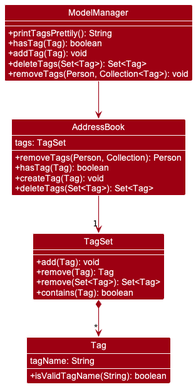
Before: docs/images/TagClassDiagram.png, a diagram exported from PlantUML (nus-cs2103-AY2223S1/tp). Its diagram source:
```plantuml
@startuml
!include style.puml
show attributes
show members
skinparam arrowThickness 1.1
skinparam arrowColor MODEL_COLOR
skinparam classAttributeIconSize 0
skinparam classBackgroundColor MODEL_COLOR

Class ModelManager {
    +printTagsPrettily(): String
    +hasTag(Tag): boolean
    +addTag(Tag): void
    +deleteTags(Set<Tag>): Set<Tag>
    +removeTags(Person, Collection<Tag>): void
}

Class AddressBook {
    tags: TagSet

    +removeTags(Person, Collection): Person
    +hasTag(Tag): boolean
    +createTag(Tag): void
    +deleteTags(Set<Tag>): Set<Tag>
}

Class TagSet {
    +add(Tag): void
    +remove(Tag): Tag
    +remove(Set<Tag>): Set<Tag>
    +contains(Tag): boolean
}

Class Tag {
    tagName: String

    +isValidTagName(String): boolean
}

ModelManager -down-> AddressBook
AddressBook -down-> "1" TagSet
TagSet *-down-> "*" Tag
@enduml
```
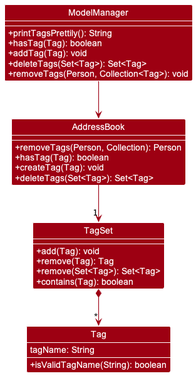
Above is the later version.

Commit message:
Update DG of tag command with sequence and class diagrams, and a brief explanation.

What changed in the source:
```diff
@@ -16,8 +16,6 @@
 }
 
 Class AddressBook {
-    tags: TagSet
-
     +removeTags(Person, Collection): Person
     +hasTag(Tag): boolean
     +createTag(Tag): void
```
